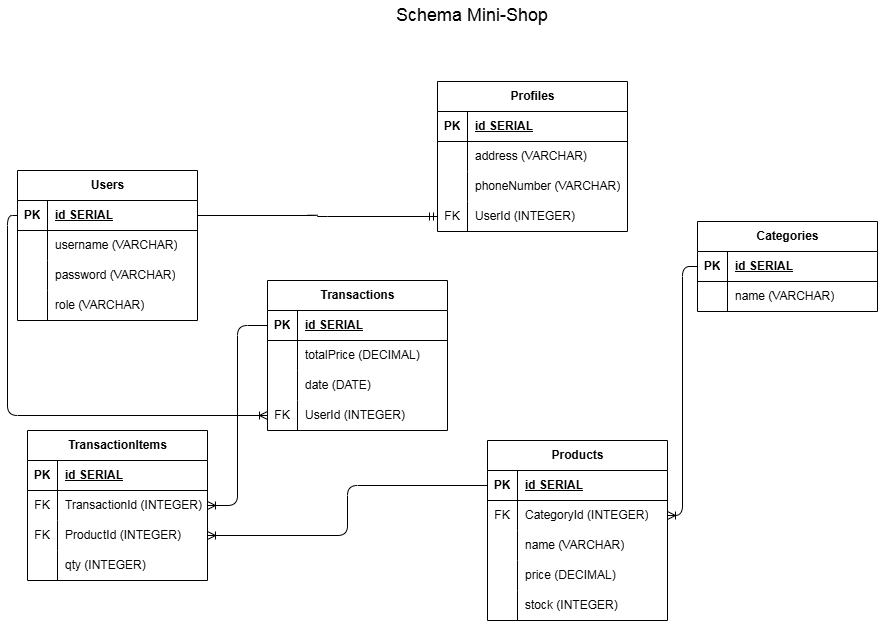
This is schema.drawio.png from Bantas93/the-mini-shop, a draw.io export, as it was before one commit. Source tidied: cells renumbered, new cells last; positions are measured from the earlier drawing's top-left corner, leaving out a move shared by most shapes.
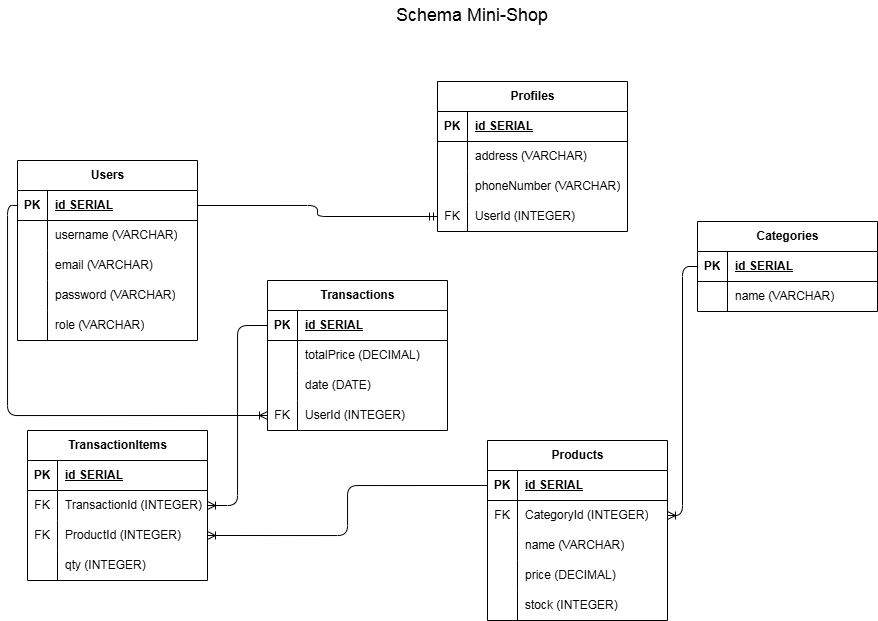
After the change.

Commit message:
chore:Adding migration file add column to Users

The edit, as a diff of the source:
```diff
@@ -6,7 +6,7 @@
       <mxGeometry x="370" width="170" height="30" as="geometry" />
     </mxCell>
     <mxCell id="3" value="Users" style="shape=table;startSize=30;rowLines=0;fontStyle=1;align=center;html=1;" parent="1" vertex="1">
-      <mxGeometry y="170" width="180" height="150" as="geometry" />
+      <mxGeometry y="160" width="180" height="180" as="geometry" />
     </mxCell>
     <mxCell id="4" style="shape=tableRow;horizontal=0;startSize=0;swimlaneHead=0;swimlaneBody=0;fillColor=none;points=[[0,0.5],[1,0.5]];portConstraint=eastwest;top=0;left=0;right=0;bottom=1;" parent="3" vertex="1">
       <mxGeometry y="30" width="180" height="30" as="geometry" />
@@ -32,7 +32,7 @@
     <mxCell id="11" style="shape=partialRectangle;fillColor=none;top=0;left=0;bottom=0;right=0;overflow=hidden;whiteSpace=wrap;html=1;" parent="10" vertex="1">
       <mxGeometry width="30" height="30" as="geometry" />
     </mxCell>
-    <mxCell id="12" value="password (VARCHAR)" style="shape=partialRectangle;fillColor=none;top=0;left=0;bottom=0;right=0;align=left;spacingLeft=6;overflow=hidden;whiteSpace=wrap;html=1;" parent="10" vertex="1">
+    <mxCell id="12" value="&lt;span style=&quot;color: rgb(0, 0, 0);&quot;&gt;email (VARCHAR)&lt;/span&gt;" style="shape=partialRectangle;fillColor=none;top=0;left=0;bottom=0;right=0;align=left;spacingLeft=6;overflow=hidden;whiteSpace=wrap;html=1;" parent="10" vertex="1">
       <mxGeometry x="30" width="150" height="30" as="geometry" />
     </mxCell>
     <mxCell id="13" style="shape=tableRow;horizontal=0;startSize=0;swimlaneHead=0;swimlaneBody=0;fillColor=none;top=0;left=0;right=0;bottom=0;" parent="3" vertex="1">
@@ -41,9 +41,18 @@
     <mxCell id="14" style="shape=partialRectangle;fillColor=none;top=0;left=0;bottom=0;right=0;overflow=hidden;whiteSpace=wrap;html=1;" parent="13" vertex="1">
       <mxGeometry width="30" height="30" as="geometry" />
     </mxCell>
-    <mxCell id="15" value="role (VARCHAR)" style="shape=partialRectangle;fillColor=none;top=0;left=0;bottom=0;right=0;align=left;spacingLeft=6;overflow=hidden;whiteSpace=wrap;html=1;" parent="13" vertex="1">
+    <mxCell id="15" value="password (VARCHAR)" style="shape=partialRectangle;fillColor=none;top=0;left=0;bottom=0;right=0;align=left;spacingLeft=6;overflow=hidden;whiteSpace=wrap;html=1;" parent="13" vertex="1">
       <mxGeometry x="30" width="150" height="30" as="geometry" />
     </mxCell>
+    <mxCell id="83" style="shape=tableRow;horizontal=0;startSize=0;swimlaneHead=0;swimlaneBody=0;fillColor=none;top=0;left=0;right=0;bottom=0;" parent="3" vertex="1">
+      <mxGeometry y="150" width="180" height="30" as="geometry" />
+    </mxCell>
+    <mxCell id="84" style="shape=partialRectangle;fillColor=none;top=0;left=0;bottom=0;right=0;overflow=hidden;whiteSpace=wrap;html=1;" parent="83" vertex="1">
+      <mxGeometry width="30" height="30" as="geometry" />
+    </mxCell>
+    <mxCell id="85" value="&lt;span style=&quot;color: rgb(0, 0, 0);&quot;&gt;role (VARCHAR)&lt;/span&gt;" style="shape=partialRectangle;fillColor=none;top=0;left=0;bottom=0;right=0;align=left;spacingLeft=6;overflow=hidden;whiteSpace=wrap;html=1;" parent="83" vertex="1">
+      <mxGeometry x="30" width="150" height="30" as="geometry" />
+    </mxCell>
     <mxCell id="16" value="Products" style="shape=table;startSize=30;rowLines=0;fontStyle=1;align=center;html=1;" parent="1" vertex="1">
       <mxGeometry x="470" y="440" width="180" height="180" as="geometry" />
     </mxCell>
```
